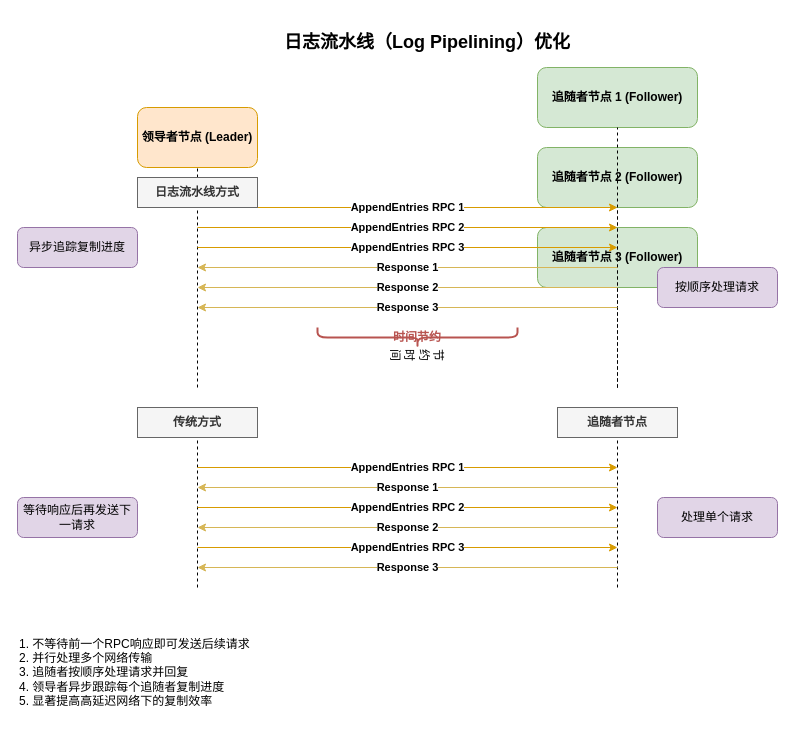
Above: projects/日志流水线示意图.drawio in hanzug/draw.io (draw.io), before the change. Source tidied: cells renumbered, new cells numbered last; positions are measured from the earlier drawing's top-left corner, leaving out a move shared by most shapes. Both pictures are drawn from the tidied source at 100%, with x=0, y=0 at pixel (17, 27).
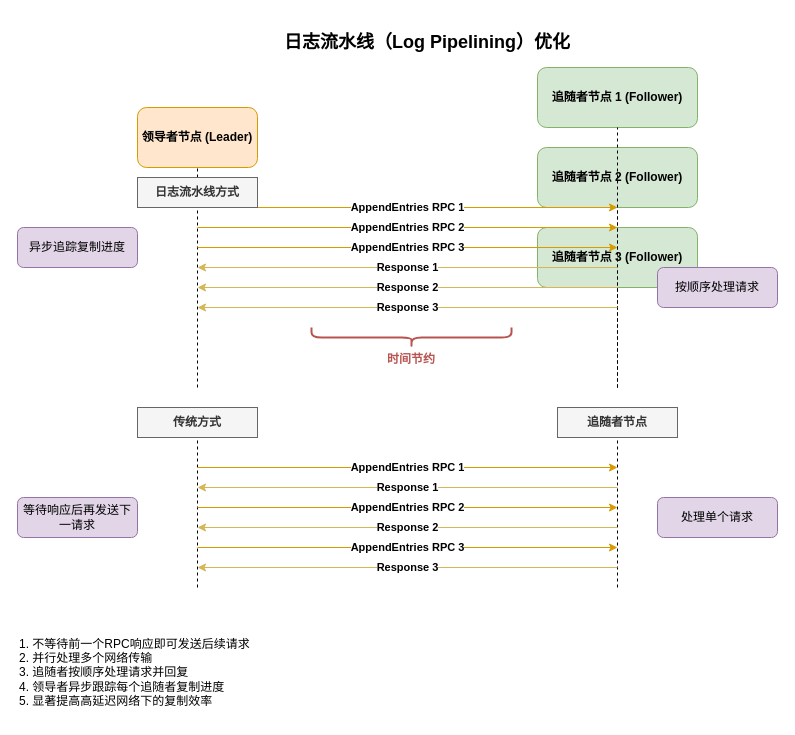
The same diagram, later.

Commit message (it also covers changes not shown here):
更新日志流水线示意图.drawio

The edit, as a diff of the source:
```diff
@@
-    <mxCell id="32" value="节约时间" style="shape=curlyBracket;whiteSpace=wrap;html=1;rounded=1;flipH=1;labelPosition=right;verticalLabelPosition=middle;align=left;verticalAlign=middle;rotation=90;fillColor=#f8cecc;strokeColor=#b85450;strokeWidth=2;" parent="1" vertex="1">
-      <mxGeometry x="390" y="210" width="20" height="200" as="geometry" />
+    <mxCell id="32" style="shape=curlyBracket;whiteSpace=wrap;html=1;rounded=1;flipH=1;labelPosition=right;verticalLabelPosition=middle;align=left;verticalAlign=middle;rotation=90;fillColor=#f8cecc;strokeColor=#b85450;strokeWidth=2;size=0.5;" parent="1" vertex="1">
+      <mxGeometry x="384" y="210" width="20" height="200" as="geometry" />
     </mxCell>
     <mxCell id="33" value="&lt;b&gt;时间节约&lt;/b&gt;" style="text;html=1;strokeColor=none;fillColor=none;align=center;verticalAlign=middle;whiteSpace=wrap;rounded=0;fontColor=#B85450;" parent="1" vertex="1">
-      <mxGeometry x="370" y="295" width="60" height="30" as="geometry" />
+      <mxGeometry x="364" y="317" width="60" height="30" as="geometry" />
     </mxCell>
```
